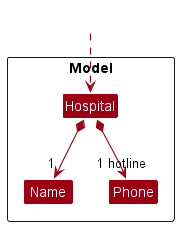
Before: docs/images/HospitalModelClassDiagram.png, a diagram exported from PlantUML (nus-cs2103-AY2223S2/tp).
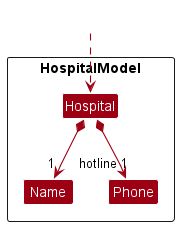
Later version of the same file.

Commit message:
Update UML diagram at correct path

The edit, as a diff of the source:
```diff
@@ -4,7 +4,7 @@
 skinparam arrowColor MODEL_COLOR
 skinparam classBackgroundColor MODEL_COLOR
 
-Package Model <<Rectangle>>{
+Package HospitalModel <<Rectangle>>{
 Class Hospital
 Class Name
 Class Phone
@@ -14,7 +14,7 @@
 HiddenOutside ..> Hospital
 
 Hospital *--> "1" Name
-Hospital *--> "    1 hotline"  Phone
+Hospital *--> " hotline 1"  Phone
 
 Name -[hidden]right-> Phone
 
```
